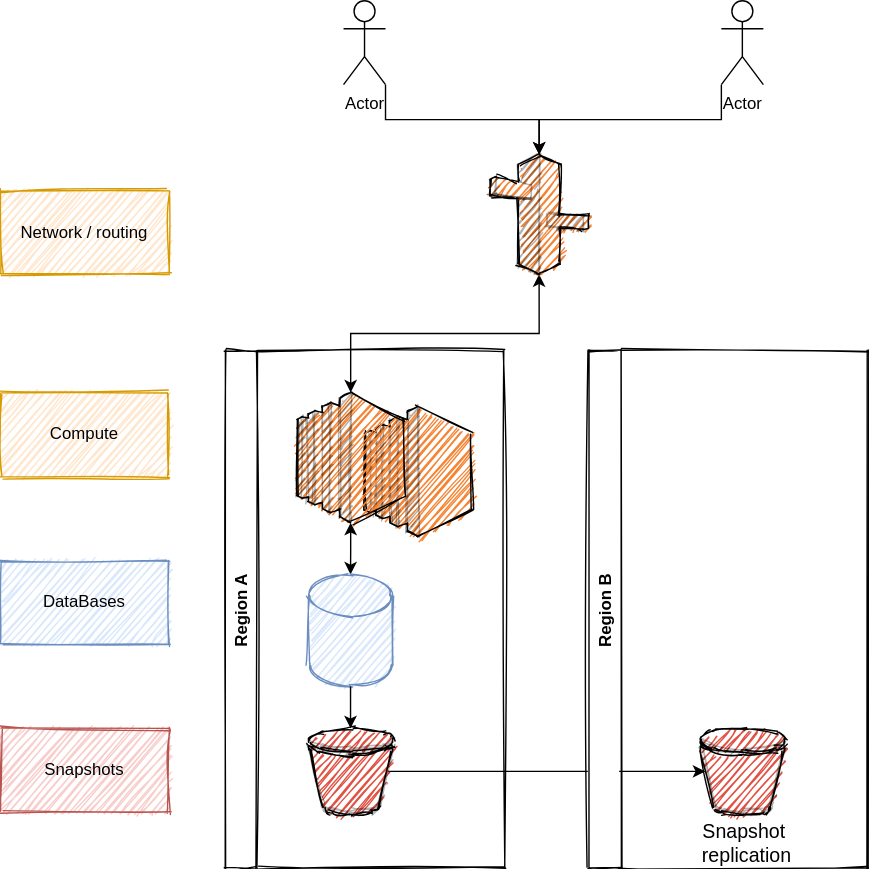
The draw.io diagram choas_engineering/active-active.drawio.svg in xNok/devops-lean-6sigma-toolbox, before a commit. Source tidied: cells renumbered, new cells last; positions are measured from the earlier drawing's top-left corner, leaving out a move shared by most shapes.
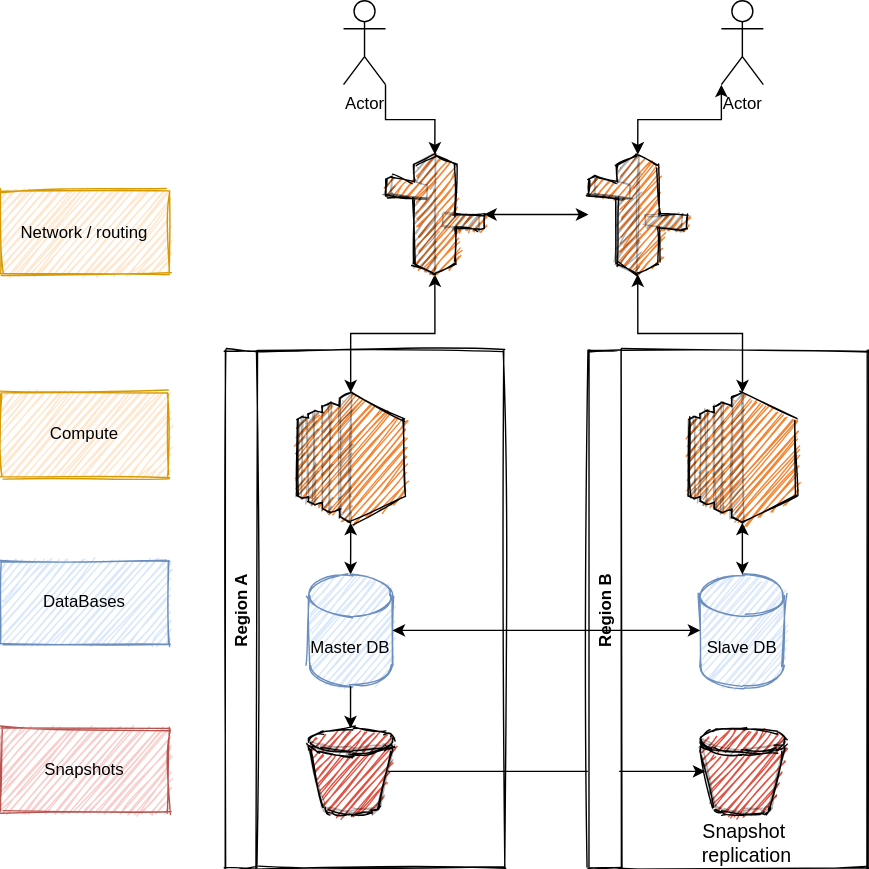
Later version of the same file.

Diff of the diagram source:
```diff
@@ -22,13 +22,10 @@
     <mxCell id="7" style="edgeStyle=orthogonalEdgeStyle;rounded=0;jettySize=auto;html=1;startArrow=classic;startFill=1;" parent="1" edge="1" source="17" target="10">
       <mxGeometry relative="1" as="geometry" />
     </mxCell>
-    <mxCell id="8" style="outlineConnect=0;dashed=0;verticalLabelPosition=bottom;verticalAlign=top;align=center;html=1;shape=mxgraph.aws3.ec2;fillColor=#F58534;gradientColor=none;sketch=1;" parent="1" vertex="1">
-      <mxGeometry x="260" y="290" width="76.5" height="93" as="geometry" />
-    </mxCell>
     <mxCell id="9" value="Region A" style="swimlane;horizontal=0;sketch=1;" parent="1" vertex="1">
       <mxGeometry x="160" y="250" width="200" height="370" as="geometry" />
     </mxCell>
-    <mxCell id="10" style="shape=cylinder3;whiteSpace=wrap;html=1;boundedLbl=1;backgroundOutline=1;size=15;sketch=1;fillColor=#dae8fc;strokeColor=#6c8ebf;" parent="9" vertex="1">
+    <mxCell id="10" value="Master DB" style="shape=cylinder3;whiteSpace=wrap;html=1;boundedLbl=1;backgroundOutline=1;size=15;sketch=1;fillColor=#dae8fc;strokeColor=#6c8ebf;" parent="9" vertex="1">
       <mxGeometry x="60" y="160" width="60" height="80" as="geometry" />
     </mxCell>
     <mxCell id="11" style="outlineConnect=0;dashed=0;verticalLabelPosition=bottom;verticalAlign=top;align=center;html=1;shape=mxgraph.aws3.bucket;fillColor=#E05243;gradientColor=none;sketch=1;" parent="9" vertex="1">
@@ -43,11 +40,28 @@
     <mxCell id="14" style="outlineConnect=0;dashed=0;verticalLabelPosition=bottom;verticalAlign=top;align=center;html=1;shape=mxgraph.aws3.bucket;fillColor=#E05243;gradientColor=none;sketch=1;" parent="13" vertex="1">
       <mxGeometry x="80" y="270" width="60" height="61.5" as="geometry" />
     </mxCell>
+    <mxCell id="23" value="Slave DB" style="shape=cylinder3;whiteSpace=wrap;html=1;boundedLbl=1;backgroundOutline=1;size=15;sketch=1;fillColor=#dae8fc;strokeColor=#6c8ebf;" parent="13" vertex="1">
+      <mxGeometry x="80" y="160" width="60" height="80" as="geometry" />
+    </mxCell>
+    <mxCell id="8" style="outlineConnect=0;dashed=0;verticalLabelPosition=bottom;verticalAlign=top;align=center;html=1;shape=mxgraph.aws3.ec2;fillColor=#F58534;gradientColor=none;sketch=1;" parent="13" vertex="1">
+      <mxGeometry x="71.8" y="30" width="76.5" height="93" as="geometry" />
+    </mxCell>
+    <mxCell id="24" style="edgeStyle=orthogonalEdgeStyle;rounded=0;jettySize=auto;html=1;startArrow=classic;startFill=1;entryX=0.5;entryY=0;entryDx=0;entryDy=0;entryPerimeter=0;exitX=0.5;exitY=1;exitDx=0;exitDy=0;exitPerimeter=0;" parent="13" edge="1" source="8" target="23">
+      <mxGeometry relative="1" as="geometry">
+        <Array as="points">
+          <mxPoint x="110" y="160" />
+          <mxPoint x="110" y="160" />
+        </Array>
+      </mxGeometry>
+    </mxCell>
     <mxCell id="15" style="edgeStyle=orthogonalEdgeStyle;rounded=0;jettySize=auto;html=1;exitX=0.5;exitY=1;exitDx=0;exitDy=0;exitPerimeter=0;startArrow=classic;startFill=1;" parent="1" edge="1" source="16" target="17">
       <mxGeometry relative="1" as="geometry" />
     </mxCell>
+    <mxCell id="25" style="edgeStyle=orthogonalEdgeStyle;rounded=0;jettySize=auto;html=1;exitX=1;exitY=0.5;exitDx=0;exitDy=0;exitPerimeter=0;startArrow=classic;startFill=1;" parent="1" edge="1" source="16" target="28">
+      <mxGeometry relative="1" as="geometry" />
+    </mxCell>
     <mxCell id="16" style="outlineConnect=0;dashed=0;verticalLabelPosition=bottom;verticalAlign=top;align=center;html=1;shape=mxgraph.aws3.route_53;fillColor=#F58536;gradientColor=none;sketch=1;" parent="1" vertex="1">
-      <mxGeometry x="349.5" y="110" width="70.5" height="85.5" as="geometry" />
+      <mxGeometry x="275" y="110" width="70.5" height="85.5" as="geometry" />
     </mxCell>
     <mxCell id="17" style="outlineConnect=0;dashed=0;verticalLabelPosition=bottom;verticalAlign=top;align=center;html=1;shape=mxgraph.aws3.ec2;fillColor=#F58534;gradientColor=none;sketch=1;" parent="1" vertex="1">
       <mxGeometry x="211.8" y="280" width="76.5" height="93" as="geometry" />
@@ -61,11 +75,20 @@
     <mxCell id="20" value="Actor" style="shape=umlActor;verticalLabelPosition=bottom;verticalAlign=top;html=1;outlineConnect=0;" parent="1" vertex="1">
       <mxGeometry x="245" width="30" height="60" as="geometry" />
     </mxCell>
-    <mxCell id="21" style="edgeStyle=orthogonalEdgeStyle;rounded=0;jettySize=auto;html=1;exitX=0;exitY=1;exitDx=0;exitDy=0;exitPerimeter=0;" parent="1" edge="1" source="22" target="16">
-      <mxGeometry relative="1" as="geometry" />
-    </mxCell>
+    <mxCell id="26" style="edgeStyle=orthogonalEdgeStyle;rounded=0;jettySize=auto;html=1;exitX=0;exitY=1;exitDx=0;exitDy=0;exitPerimeter=0;entryX=0.5;entryY=0;entryDx=0;entryDy=0;entryPerimeter=0;startArrow=classic;startFill=1;" parent="1" edge="1" source="22" target="28">
+      <mxGeometry relative="1" as="geometry" />
+    </mxCell>
     <mxCell id="22" value="Actor" style="shape=umlActor;verticalLabelPosition=bottom;verticalAlign=top;html=1;outlineConnect=0;" parent="1" vertex="1">
       <mxGeometry x="515" width="30" height="60" as="geometry" />
     </mxCell>
+    <mxCell id="27" style="edgeStyle=orthogonalEdgeStyle;rounded=0;jettySize=auto;html=1;exitX=0.5;exitY=1;exitDx=0;exitDy=0;exitPerimeter=0;startArrow=classic;startFill=1;" parent="1" edge="1" source="28" target="8">
+      <mxGeometry relative="1" as="geometry" />
+    </mxCell>
+    <mxCell id="28" style="outlineConnect=0;dashed=0;verticalLabelPosition=bottom;verticalAlign=top;align=center;html=1;shape=mxgraph.aws3.route_53;fillColor=#F58536;gradientColor=none;sketch=1;" parent="1" vertex="1">
+      <mxGeometry x="420" y="110" width="70.5" height="85.5" as="geometry" />
+    </mxCell>
+    <mxCell id="29" style="edgeStyle=orthogonalEdgeStyle;rounded=0;jettySize=auto;html=1;exitX=1;exitY=0.5;exitDx=0;exitDy=0;exitPerimeter=0;entryX=0;entryY=0.5;entryDx=0;entryDy=0;entryPerimeter=0;startArrow=classic;startFill=1;" parent="1" edge="1" source="10" target="23">
+      <mxGeometry relative="1" as="geometry" />
+    </mxCell>
   </root>
 </mxGraphModel>
```
